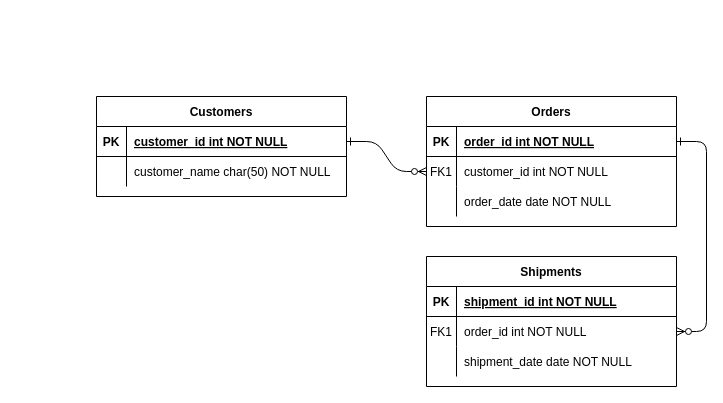
Above: uploads/2020/08/fk.drawio in isotopp/isotopp.github.io (draw.io), before the change. Source tidied: cells renumbered, new cells numbered last; positions are measured from the earlier drawing's top-left corner, leaving out a move shared by most shapes. Both pictures are drawn from the tidied source at 100%, with x=0, y=0 at pixel (96, 96).
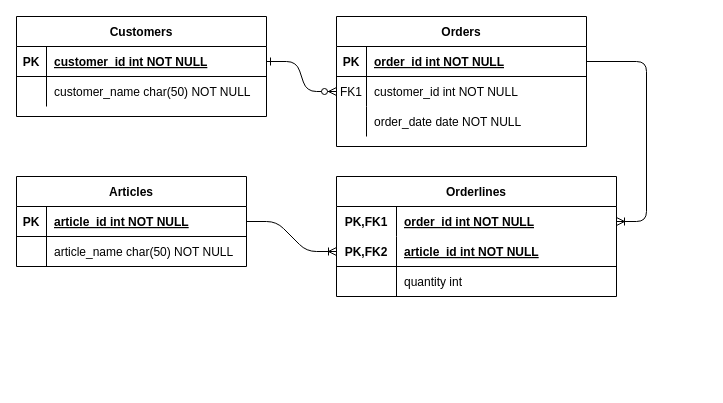
Above is the later version.

The change refers to these unchanged cells:
```xml
<mxCell id="5" style="shape=partialRectangle;fillColor=none;points=[[0,0.5],[1,0.5]];portConstraint=eastwest;top=0;left=0;right=0;bottom=1;" parent="4" vertex="1">
  <mxGeometry y="30" width="250" height="30" as="geometry" />
</mxCell>
```

What changed in the source:
```diff
@@
-    <mxCell id="3" style="edgeStyle=entityRelationEdgeStyle;endArrow=ERzeroToMany;startArrow=ERone;endFill=1;startFill=0;" parent="1" edge="1" source="5" target="18">
-      <mxGeometry relative="1" as="geometry" />
-    </mxCell>
+    <mxCell id="24" value="Customers" style="shape=table;startSize=30;childLayout=tableLayout;rowLines=0;fontStyle=1;align=center;" parent="1" vertex="1">
+      <mxGeometry x="-80" y="-80" width="250" height="100" as="geometry" />
+    </mxCell>
+    <mxCell id="25" style="shape=partialRectangle;fillColor=none;points=[[0,0.5],[1,0.5]];portConstraint=eastwest;top=0;left=0;right=0;bottom=1;" parent="24" vertex="1">
+      <mxGeometry y="30" width="250" height="30" as="geometry" />
+    </mxCell>
+    <mxCell id="26" value="PK" style="shape=partialRectangle;overflow=hidden;fillColor=none;top=0;left=0;bottom=0;right=0;fontStyle=1;" parent="25" vertex="1">
+      <mxGeometry width="30" height="30" as="geometry" />
+    </mxCell>
+    <mxCell id="27" value="customer_id int NOT NULL " style="shape=partialRectangle;overflow=hidden;fillColor=none;top=0;left=0;bottom=0;right=0;align=left;spacingLeft=6;fontStyle=5;" parent="25" vertex="1">
+      <mxGeometry x="30" width="220" height="30" as="geometry" />
+    </mxCell>
+    <mxCell id="28" style="shape=partialRectangle;fillColor=none;top=0;left=0;right=0;bottom=0;" parent="24" vertex="1">
+      <mxGeometry y="60" width="250" height="30" as="geometry" />
+    </mxCell>
+    <mxCell id="29" style="shape=partialRectangle;overflow=hidden;fillColor=none;top=0;left=0;bottom=0;right=0;" parent="28" vertex="1">
+      <mxGeometry width="30" height="30" as="geometry" />
+    </mxCell>
+    <mxCell id="30" value="customer_name char(50) NOT NULL" style="shape=partialRectangle;overflow=hidden;fillColor=none;top=0;left=0;bottom=0;right=0;align=left;spacingLeft=6;" parent="28" vertex="1">
+      <mxGeometry x="30" width="220" height="30" as="geometry" />
+    </mxCell>
     <mxCell id="4" value="Orders" style="shape=table;startSize=30;childLayout=tableLayout;rowLines=0;fontStyle=1;align=center;" parent="1" vertex="1">
-      <mxGeometry x="330" width="250" height="130" as="geometry" />
+      <mxGeometry x="240" y="-80" width="250" height="130" as="geometry" />
     </mxCell>
@@
-    <mxCell id="14" value="Shipments" style="shape=table;startSize=30;childLayout=tableLayout;rowLines=0;fontStyle=1;align=center;" parent="1" vertex="1">
-      <mxGeometry x="330" y="160" width="250" height="130" as="geometry" />
-    </mxCell>
-    <mxCell id="15" style="shape=partialRectangle;fillColor=none;top=0;left=0;right=0;bottom=1;" parent="14" vertex="1">
-      <mxGeometry y="30" width="250" height="30" as="geometry" />
-    </mxCell>
+    <mxCell id="31" style="edgeStyle=entityRelationEdgeStyle;fontSize=12;html=1;endArrow=ERoneToMany;" parent="1" edge="1" source="5" target="34">
+      <mxGeometry relative="1" as="geometry" />
+    </mxCell>
+    <mxCell id="32" style="edgeStyle=entityRelationEdgeStyle;fontSize=12;html=1;endArrow=ERoneToMany;" parent="1" edge="1" source="43" target="36">
+      <mxGeometry relative="1" as="geometry" />
+    </mxCell>
+    <mxCell id="33" value="Orderlines" style="shape=table;startSize=30;childLayout=tableLayout;rowLines=0;fontStyle=1;align=center;" parent="1" vertex="1">
+      <mxGeometry x="240" y="80" width="280" height="120" as="geometry" />
+    </mxCell>
+    <mxCell id="34" style="shape=partialRectangle;fillColor=none;top=0;left=0;bottom=0;right=0;points=[[0,0.5],[1,0.5]];portConstraint=eastwest;" parent="33" vertex="1">
+      <mxGeometry y="30" width="280" height="30" as="geometry" />
+    </mxCell>
+    <mxCell id="35" value="PK,FK1" style="shape=partialRectangle;fillColor=none;top=0;left=0;bottom=0;right=0;fontStyle=1;overflow=hidden;" parent="34" vertex="1">
+      <mxGeometry width="60" height="30" as="geometry" />
+    </mxCell>
+    <mxCell id="20" value="order_id int NOT NULL" style="shape=partialRectangle;fillColor=none;top=0;left=0;bottom=0;right=0;align=left;spacingLeft=6;fontStyle=5;overflow=hidden;" parent="34" vertex="1">
+      <mxGeometry x="60" width="220" height="30" as="geometry" />
+    </mxCell>
+    <mxCell id="36" style="shape=partialRectangle;fillColor=none;top=0;left=0;bottom=1;right=0;points=[[0,0.5],[1,0.5]];portConstraint=eastwest;" parent="33" vertex="1">
+      <mxGeometry y="60" width="280" height="30" as="geometry" />
+    </mxCell>
+    <mxCell id="37" value="PK,FK2" style="shape=partialRectangle;fillColor=none;top=0;left=0;bottom=0;right=0;fontStyle=1;overflow=hidden;" parent="36" vertex="1">
+      <mxGeometry width="60" height="30" as="geometry" />
+    </mxCell>
+    <mxCell id="38" value="article_id int NOT NULL" style="shape=partialRectangle;fillColor=none;top=0;left=0;bottom=0;right=0;align=left;spacingLeft=6;fontStyle=5;overflow=hidden;" parent="36" vertex="1">
+      <mxGeometry x="60" width="220" height="30" as="geometry" />
+    </mxCell>
+    <mxCell id="39" style="shape=partialRectangle;fillColor=none;top=0;left=0;bottom=0;right=0;" parent="33" vertex="1">
+      <mxGeometry y="90" width="280" height="30" as="geometry" />
+    </mxCell>
+    <mxCell id="40" style="shape=partialRectangle;fillColor=none;top=0;left=0;bottom=0;right=0;overflow=hidden;" parent="39" vertex="1">
+      <mxGeometry width="60" height="30" as="geometry" />
+    </mxCell>
+    <mxCell id="41" value="quantity int" style="shape=partialRectangle;fillColor=none;top=0;left=0;bottom=0;right=0;align=left;spacingLeft=6;overflow=hidden;" parent="39" vertex="1">
+      <mxGeometry x="60" width="220" height="30" as="geometry" />
+    </mxCell>
+    <mxCell id="42" value="Articles" style="shape=table;startSize=30;childLayout=tableLayout;rowLines=0;fontStyle=1;align=center;" parent="1" vertex="1">
+      <mxGeometry x="-80" y="80" width="230" height="90" as="geometry" />
+    </mxCell>
+    <mxCell id="43" style="shape=partialRectangle;fillColor=none;top=0;left=0;bottom=1;right=0;points=[[0,0.5],[1,0.5]];portConstraint=eastwest;" parent="42" vertex="1">
+      <mxGeometry y="30" width="230" height="30" as="geometry" />
+    </mxCell>
-    <mxCell id="16" value="PK" style="shape=partialRectangle;overflow=hidden;fillColor=none;top=0;left=0;bottom=0;right=0;fontStyle=1;" parent="15" vertex="1">
+    <mxCell id="16" value="PK" style="shape=partialRectangle;fillColor=none;top=0;left=0;bottom=0;right=0;fontStyle=1;overflow=hidden;" parent="43" vertex="1">
       <mxGeometry width="30" height="30" as="geometry" />
     </mxCell>
-    <mxCell id="17" value="shipment_id int NOT NULL " style="shape=partialRectangle;overflow=hidden;fillColor=none;top=0;left=0;bottom=0;right=0;align=left;spacingLeft=6;fontStyle=5;" parent="15" vertex="1">
-      <mxGeometry x="30" width="220" height="30" as="geometry" />
-    </mxCell>
-    <mxCell id="18" style="shape=partialRectangle;fillColor=none;points=[[0,0.5],[1,0.5]];portConstraint=eastwest;top=0;left=0;right=0;bottom=0;" parent="14" vertex="1">
-      <mxGeometry y="60" width="250" height="30" as="geometry" />
-    </mxCell>
-    <mxCell id="19" value="FK1" style="shape=partialRectangle;overflow=hidden;fillColor=none;top=0;left=0;bottom=0;right=0;" parent="18" vertex="1">
-      <mxGeometry width="30" height="30" as="geometry" />
-    </mxCell>
-    <mxCell id="20" value="order_id int NOT NULL" style="shape=partialRectangle;overflow=hidden;fillColor=none;top=0;left=0;bottom=0;right=0;align=left;spacingLeft=6;" parent="18" vertex="1">
-      <mxGeometry x="30" width="220" height="30" as="geometry" />
-    </mxCell>
-    <mxCell id="21" style="shape=partialRectangle;fillColor=none;top=0;left=0;right=0;bottom=0;" parent="14" vertex="1">
-      <mxGeometry y="90" width="250" height="30" as="geometry" />
-    </mxCell>
-    <mxCell id="22" style="shape=partialRectangle;overflow=hidden;fillColor=none;top=0;left=0;bottom=0;right=0;" parent="21" vertex="1">
-      <mxGeometry width="30" height="30" as="geometry" />
-    </mxCell>
-    <mxCell id="23" value="shipment_date date NOT NULL" style="shape=partialRectangle;overflow=hidden;fillColor=none;top=0;left=0;bottom=0;right=0;align=left;spacingLeft=6;" parent="21" vertex="1">
-      <mxGeometry x="30" width="220" height="30" as="geometry" />
-    </mxCell>
-    <mxCell id="24" value="Customers" style="shape=table;startSize=30;childLayout=tableLayout;rowLines=0;fontStyle=1;align=center;" parent="1" vertex="1">
-      <mxGeometry width="250" height="100" as="geometry" />
-    </mxCell>
-    <mxCell id="25" style="shape=partialRectangle;fillColor=none;points=[[0,0.5],[1,0.5]];portConstraint=eastwest;top=0;left=0;right=0;bottom=1;" parent="24" vertex="1">
-      <mxGeometry y="30" width="250" height="30" as="geometry" />
-    </mxCell>
-    <mxCell id="26" value="PK" style="shape=partialRectangle;overflow=hidden;fillColor=none;top=0;left=0;bottom=0;right=0;fontStyle=1;" parent="25" vertex="1">
-      <mxGeometry width="30" height="30" as="geometry" />
-    </mxCell>
-    <mxCell id="27" value="customer_id int NOT NULL " style="shape=partialRectangle;overflow=hidden;fillColor=none;top=0;left=0;bottom=0;right=0;align=left;spacingLeft=6;fontStyle=5;" parent="25" vertex="1">
-      <mxGeometry x="30" width="220" height="30" as="geometry" />
-    </mxCell>
-    <mxCell id="28" style="shape=partialRectangle;fillColor=none;top=0;left=0;right=0;bottom=0;" parent="24" vertex="1">
-      <mxGeometry y="60" width="250" height="30" as="geometry" />
-    </mxCell>
-    <mxCell id="29" style="shape=partialRectangle;overflow=hidden;fillColor=none;top=0;left=0;bottom=0;right=0;" parent="28" vertex="1">
-      <mxGeometry width="30" height="30" as="geometry" />
-    </mxCell>
-    <mxCell id="30" value="customer_name char(50) NOT NULL" style="shape=partialRectangle;overflow=hidden;fillColor=none;top=0;left=0;bottom=0;right=0;align=left;spacingLeft=6;" parent="28" vertex="1">
-      <mxGeometry x="30" width="220" height="30" as="geometry" />
-    </mxCell>
+    <mxCell id="44" value="article_id int NOT NULL" style="shape=partialRectangle;fillColor=none;top=0;left=0;bottom=0;right=0;align=left;spacingLeft=6;fontStyle=5;overflow=hidden;" parent="43" vertex="1">
+      <mxGeometry x="30" width="200" height="30" as="geometry" />
+    </mxCell>
+    <mxCell id="45" style="shape=partialRectangle;fillColor=none;top=0;left=0;bottom=0;right=0;" parent="42" vertex="1">
+      <mxGeometry y="60" width="230" height="30" as="geometry" />
+    </mxCell>
+    <mxCell id="46" style="shape=partialRectangle;fillColor=none;top=0;left=0;bottom=0;right=0;overflow=hidden;" parent="45" vertex="1">
+      <mxGeometry width="30" height="30" as="geometry" />
+    </mxCell>
+    <mxCell id="47" value="article_name char(50) NOT NULL" style="shape=partialRectangle;fillColor=none;top=0;left=0;bottom=0;right=0;align=left;spacingLeft=6;overflow=hidden;" parent="45" vertex="1">
+      <mxGeometry x="30" width="200" height="30" as="geometry" />
+    </mxCell>
```
